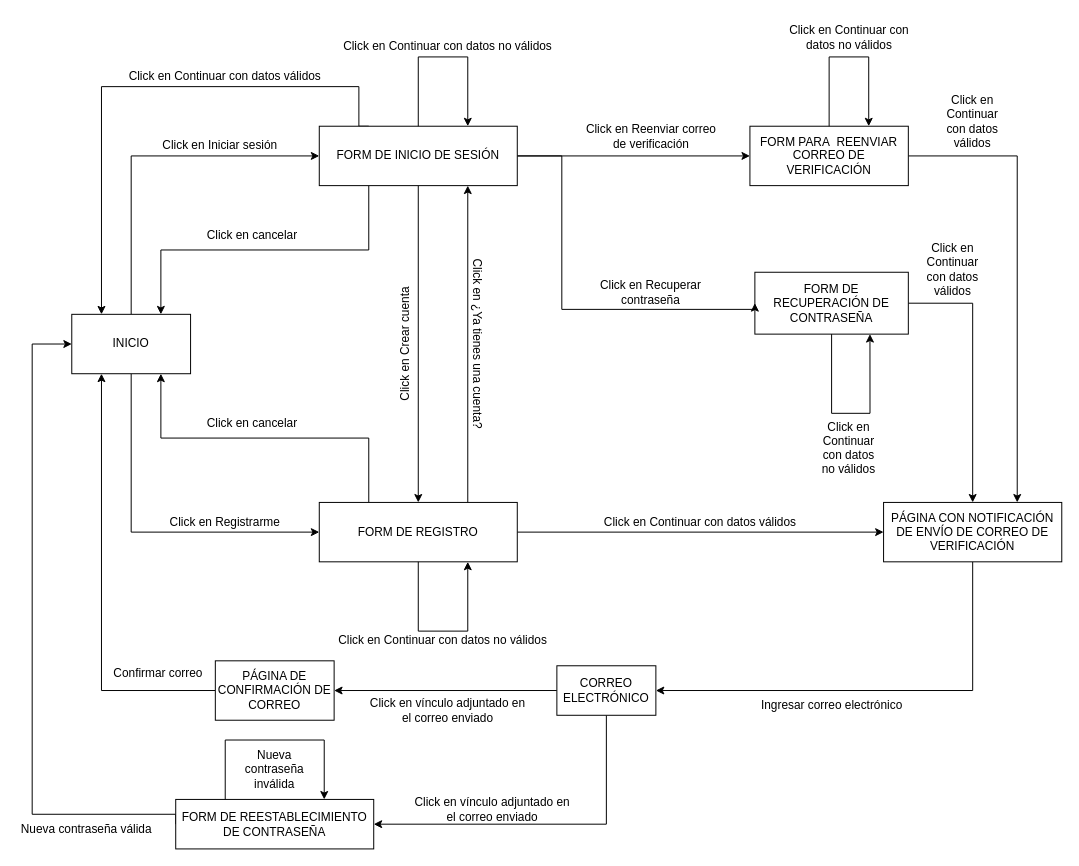
The draw.io diagram Documentacion/Diagramas/Diagrama Registracion.drawio in Pablo-Balaudo/TP-Ing-Web-y-Mobile, before the edit. Source tidied: cells renumbered, new cells numbered last; positions are measured from the earlier drawing's top-left corner, leaving out a move shared by most shapes. Both pictures are drawn from the tidied source at 99%, with x=0, y=0 at pixel (17, 17).
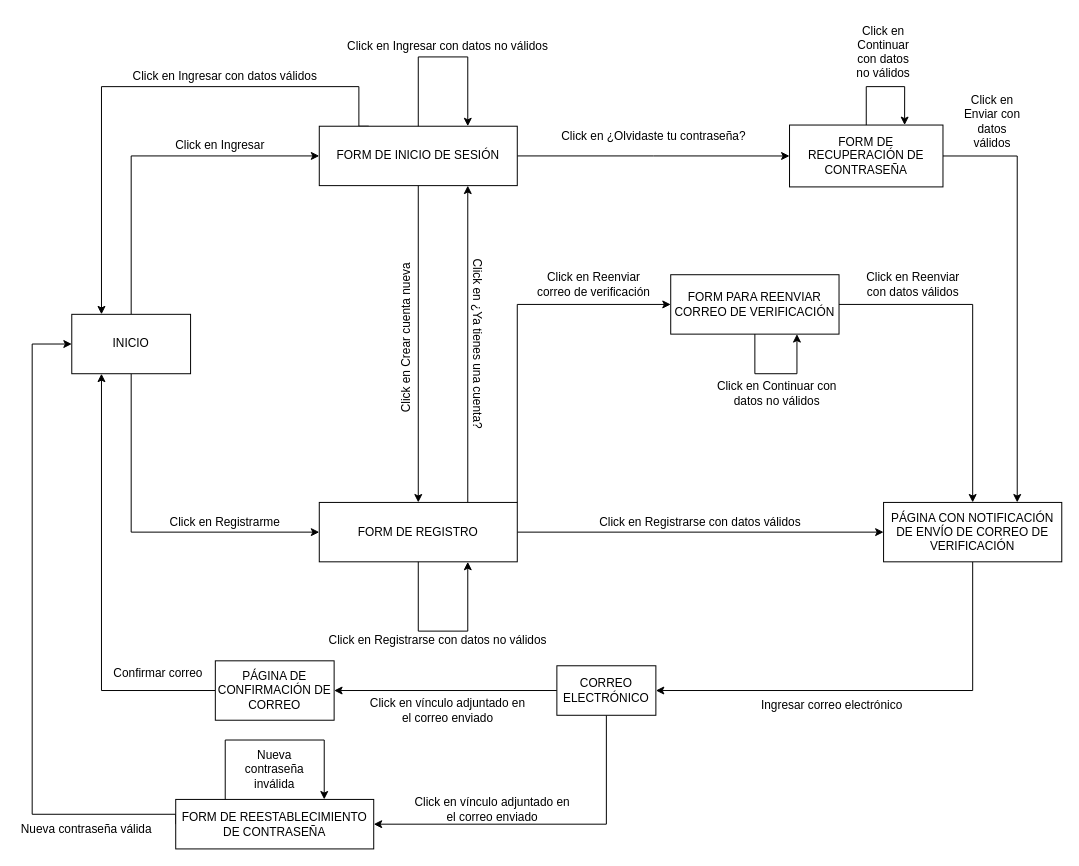
The same diagram, later.

The change refers to these unchanged cells:
```xml
<mxCell id="10" value="PÁGINA CON NOTIFICACIÓN DE ENVÍO DE CORREO DE VERIFICACIÓN" style="rounded=0;whiteSpace=wrap;html=1;" parent="1" vertex="1">
  <mxGeometry x="875" y="490" width="180" height="60" as="geometry" />
</mxCell>
<mxCell id="16" value="FORM DE REGISTRO" style="rounded=0;whiteSpace=wrap;html=1;" parent="1" vertex="1">
  <mxGeometry x="305" y="490" width="200" height="60" as="geometry" />
</mxCell>
<mxCell id="24" value="FORM DE INICIO DE SESIÓN" style="rounded=0;whiteSpace=wrap;html=1;" parent="1" vertex="1">
  <mxGeometry x="305" y="110" width="200" height="60" as="geometry" />
</mxCell>
<mxCell id="27" value="&lt;div&gt;INICIO&lt;/div&gt;" style="rounded=0;whiteSpace=wrap;html=1;" parent="1" vertex="1">
  <mxGeometry x="55" y="300" width="120" height="60" as="geometry" />
</mxCell>
```

Diff of the diagram source:
```diff
@@
-    <mxCell id="11" style="edgeStyle=orthogonalEdgeStyle;rounded=0;jettySize=auto;html=1;exitX=1;exitY=0.5;exitDx=0;exitDy=0;entryX=0.75;entryY=0;entryDx=0;entryDy=0;" parent="1" edge="1" source="12" target="10">
-      <mxGeometry relative="1" as="geometry" />
-    </mxCell>
-    <mxCell id="12" value="FORM PARA&amp;nbsp; REENVIAR CORREO DE VERIFICACIÓN" style="rounded=0;whiteSpace=wrap;html=1;" parent="1" vertex="1">
-      <mxGeometry x="740" y="110" width="160" height="60" as="geometry" />
-    </mxCell>
-    <mxCell id="13" style="edgeStyle=orthogonalEdgeStyle;rounded=0;jettySize=auto;html=1;exitX=0.25;exitY=0;exitDx=0;exitDy=0;entryX=0.75;entryY=1;entryDx=0;entryDy=0;" parent="1" edge="1" source="16" target="27">
-      <mxGeometry relative="1" as="geometry" />
-    </mxCell>
@@
+    <mxCell id="55" style="edgeStyle=orthogonalEdgeStyle;rounded=0;jettySize=auto;html=1;exitX=1;exitY=0;exitDx=0;exitDy=0;entryX=0;entryY=0.5;entryDx=0;entryDy=0;" parent="1" edge="1" source="16" target="12">
+      <mxGeometry relative="1" as="geometry" />
+    </mxCell>
@@
-    <mxCell id="17" style="edgeStyle=orthogonalEdgeStyle;rounded=0;jettySize=auto;html=1;exitX=1;exitY=0.5;exitDx=0;exitDy=0;entryX=0.5;entryY=0;entryDx=0;entryDy=0;" parent="1" edge="1" source="18" target="10">
+    <mxCell id="17" style="edgeStyle=orthogonalEdgeStyle;rounded=0;jettySize=auto;html=1;exitX=1;exitY=0.5;exitDx=0;exitDy=0;entryX=0.75;entryY=0;entryDx=0;entryDy=0;" parent="1" edge="1" source="18" target="10">
       <mxGeometry relative="1" as="geometry" />
     </mxCell>
     <mxCell id="18" value="FORM DE RECUPERACIÓN DE CONTRASEÑA" style="rounded=0;whiteSpace=wrap;html=1;" parent="1" vertex="1">
-      <mxGeometry x="745" y="257.5" width="155" height="62.5" as="geometry" />
+      <mxGeometry x="780" y="108.8" width="155" height="62.5" as="geometry" />
     </mxCell>
-    <mxCell id="19" style="edgeStyle=orthogonalEdgeStyle;rounded=0;jettySize=auto;html=1;exitX=0.25;exitY=1;exitDx=0;exitDy=0;entryX=0.75;entryY=0;entryDx=0;entryDy=0;" parent="1" edge="1" source="24" target="27">
-      <mxGeometry relative="1" as="geometry" />
-    </mxCell>
@@
-    <mxCell id="21" style="edgeStyle=orthogonalEdgeStyle;rounded=0;jettySize=auto;html=1;exitX=1;exitY=0.5;exitDx=0;exitDy=0;entryX=0;entryY=0.5;entryDx=0;entryDy=0;" parent="1" edge="1" source="24" target="12">
-      <mxGeometry relative="1" as="geometry" />
-    </mxCell>
+    <mxCell id="23" style="edgeStyle=orthogonalEdgeStyle;rounded=0;jettySize=auto;html=1;exitX=0.5;exitY=1;exitDx=0;exitDy=0;entryX=0.5;entryY=0;entryDx=0;entryDy=0;" parent="1" edge="1" source="24" target="16">
+      <mxGeometry relative="1" as="geometry" />
+    </mxCell>
     <mxCell id="22" style="edgeStyle=orthogonalEdgeStyle;rounded=0;jettySize=auto;html=1;exitX=1;exitY=0.5;exitDx=0;exitDy=0;entryX=0;entryY=0.5;entryDx=0;entryDy=0;" parent="1" edge="1" source="24" target="18">
-      <mxGeometry relative="1" as="geometry">
-        <Array as="points">
-          <mxPoint x="550" y="140" />
-          <mxPoint x="550" y="295" />
-        </Array>
-      </mxGeometry>
+      <mxGeometry relative="1" as="geometry" />
     </mxCell>
-    <mxCell id="23" style="edgeStyle=orthogonalEdgeStyle;rounded=0;jettySize=auto;html=1;exitX=0.5;exitY=1;exitDx=0;exitDy=0;entryX=0.5;entryY=0;entryDx=0;entryDy=0;" parent="1" edge="1" source="24" target="16">
-      <mxGeometry relative="1" as="geometry" />
-    </mxCell>
@@
-    <mxCell id="30" value="Click en Continuar con datos válidos" style="text;html=1;strokeColor=none;fillColor=none;align=center;verticalAlign=middle;whiteSpace=wrap;rounded=0;" parent="1" vertex="1">
+    <mxCell id="30" value="Click en Ingresar con datos válidos" style="text;html=1;strokeColor=none;fillColor=none;align=center;verticalAlign=middle;whiteSpace=wrap;rounded=0;" parent="1" vertex="1">
       <mxGeometry x="100" y="50" width="220" height="20" as="geometry" />
     </mxCell>
-    <mxCell id="31" value="Click en Iniciar sesión" style="text;html=1;strokeColor=none;fillColor=none;align=center;verticalAlign=middle;whiteSpace=wrap;rounded=0;" parent="1" vertex="1">
+    <mxCell id="31" value="Click en Ingresar" style="text;html=1;strokeColor=none;fillColor=none;align=center;verticalAlign=middle;whiteSpace=wrap;rounded=0;" parent="1" vertex="1">
       <mxGeometry x="140" y="120" width="130" height="20" as="geometry" />
     </mxCell>
-    <mxCell id="32" value="Click en cancelar" style="text;html=1;strokeColor=none;fillColor=none;align=center;verticalAlign=middle;whiteSpace=wrap;rounded=0;" parent="1" vertex="1">
-      <mxGeometry x="185" y="210" width="105" height="20" as="geometry" />
-    </mxCell>
-    <mxCell id="33" value="Click en cancelar" style="text;html=1;strokeColor=none;fillColor=none;align=center;verticalAlign=middle;whiteSpace=wrap;rounded=0;" parent="1" vertex="1">
-      <mxGeometry x="185" y="400" width="105" height="20" as="geometry" />
-    </mxCell>
-    <mxCell id="34" value="Click en Continuar con datos no válidos" style="text;html=1;strokeColor=none;fillColor=none;align=center;verticalAlign=middle;whiteSpace=wrap;rounded=0;" parent="1" vertex="1">
+    <mxCell id="34" value="Click en Ingresar con datos no válidos" style="text;html=1;strokeColor=none;fillColor=none;align=center;verticalAlign=middle;whiteSpace=wrap;rounded=0;" parent="1" vertex="1">
       <mxGeometry x="325" y="20" width="220" height="20" as="geometry" />
     </mxCell>
-    <mxCell id="35" value="Click en Continuar con datos no válidos" style="text;html=1;strokeColor=none;fillColor=none;align=center;verticalAlign=middle;whiteSpace=wrap;rounded=0;" parent="1" vertex="1">
-      <mxGeometry x="320" y="620" width="220" height="20" as="geometry" />
+    <mxCell id="35" value="Click en Registrarse con datos no válidos" style="text;html=1;strokeColor=none;fillColor=none;align=center;verticalAlign=middle;whiteSpace=wrap;rounded=0;" parent="1" vertex="1">
+      <mxGeometry x="300" y="620" width="250" height="20" as="geometry" />
     </mxCell>
@@
     <mxCell id="37" value="Click en Reenviar correo de verificación" style="text;html=1;strokeColor=none;fillColor=none;align=center;verticalAlign=middle;whiteSpace=wrap;rounded=0;" parent="1" vertex="1">
-      <mxGeometry x="572.5" y="110" width="135" height="20" as="geometry" />
+      <mxGeometry x="520" y="260" width="125" height="20" as="geometry" />
     </mxCell>
-    <mxCell id="38" value="Click en Recuperar contraseña" style="text;html=1;strokeColor=none;fillColor=none;align=center;verticalAlign=middle;whiteSpace=wrap;rounded=0;" parent="1" vertex="1">
-      <mxGeometry x="580" y="267.5" width="120" height="20" as="geometry" />
+    <mxCell id="38" value="Click en ¿Olvidaste tu contraseña?" style="text;html=1;strokeColor=none;fillColor=none;align=center;verticalAlign=middle;whiteSpace=wrap;rounded=0;" parent="1" vertex="1">
+      <mxGeometry x="537.5" y="110" width="210" height="20" as="geometry" />
     </mxCell>
-    <mxCell id="39" value="Click en Crear cuenta" style="text;html=1;strokeColor=none;fillColor=none;align=center;verticalAlign=middle;whiteSpace=wrap;rounded=0;rotation=-90;" parent="1" vertex="1">
-      <mxGeometry x="330" y="320" width="125" height="20" as="geometry" />
+    <mxCell id="39" value="Click en Crear cuenta nueva" style="text;html=1;strokeColor=none;fillColor=none;align=center;verticalAlign=middle;whiteSpace=wrap;rounded=0;rotation=-90;" parent="1" vertex="1">
+      <mxGeometry x="301.2" y="313.8" width="182.5" height="20" as="geometry" />
     </mxCell>
@@
-    <mxCell id="41" value="Click en Continuar con datos válidos" style="text;html=1;strokeColor=none;fillColor=none;align=center;verticalAlign=middle;whiteSpace=wrap;rounded=0;" parent="1" vertex="1">
+    <mxCell id="41" value="Click en Registrarse con datos válidos" style="text;html=1;strokeColor=none;fillColor=none;align=center;verticalAlign=middle;whiteSpace=wrap;rounded=0;" parent="1" vertex="1">
       <mxGeometry x="580" y="500" width="220" height="20" as="geometry" />
     </mxCell>
-    <mxCell id="42" value="Click en Continuar con datos válidos" style="text;html=1;strokeColor=none;fillColor=none;align=center;verticalAlign=middle;whiteSpace=wrap;rounded=0;" parent="1" vertex="1">
-      <mxGeometry x="910" y="230" width="70" height="50" as="geometry" />
+    <mxCell id="42" value="Click en Enviar con datos válidos" style="text;html=1;strokeColor=none;fillColor=none;align=center;verticalAlign=middle;whiteSpace=wrap;rounded=0;" parent="1" vertex="1">
+      <mxGeometry x="950" y="80" width="70" height="50" as="geometry" />
     </mxCell>
-    <mxCell id="43" value="Click en Continuar con datos válidos" style="text;html=1;strokeColor=none;fillColor=none;align=center;verticalAlign=middle;whiteSpace=wrap;rounded=0;" parent="1" vertex="1">
-      <mxGeometry x="930" y="80" width="70" height="50" as="geometry" />
+    <mxCell id="43" value="Click en Reenviar con datos válidos" style="text;html=1;strokeColor=none;fillColor=none;align=center;verticalAlign=middle;whiteSpace=wrap;rounded=0;" parent="1" vertex="1">
+      <mxGeometry x="850" y="245" width="110" height="50" as="geometry" />
     </mxCell>
     <mxCell id="44" value="Click en Continuar con datos no válidos" style="text;html=1;strokeColor=none;fillColor=none;align=center;verticalAlign=middle;whiteSpace=wrap;rounded=0;" parent="1" vertex="1">
-      <mxGeometry x="777.5" width="125" height="40" as="geometry" />
+      <mxGeometry x="705" y="360" width="125" height="40" as="geometry" />
     </mxCell>
-    <mxCell id="45" style="edgeStyle=orthogonalEdgeStyle;rounded=0;orthogonalLoop=1;jettySize=auto;html=1;exitX=0.5;exitY=0;exitDx=0;exitDy=0;entryX=0.75;entryY=0;entryDx=0;entryDy=0;" parent="1" edge="1" source="12" target="12">
-      <mxGeometry relative="1" as="geometry">
-        <Array as="points">
-          <mxPoint x="820" y="40" />
-          <mxPoint x="860" y="40" />
-        </Array>
-      </mxGeometry>
-    </mxCell>
     <mxCell id="46" value="Click en Continuar con datos no válidos" style="text;html=1;strokeColor=none;fillColor=none;align=center;verticalAlign=middle;whiteSpace=wrap;rounded=0;" parent="1" vertex="1">
-      <mxGeometry x="805" y="410" width="70" height="50" as="geometry" />
+      <mxGeometry x="840" y="10" width="70" height="50" as="geometry" />
     </mxCell>
-    <mxCell id="47" style="edgeStyle=orthogonalEdgeStyle;rounded=0;orthogonalLoop=1;jettySize=auto;html=1;exitX=0.5;exitY=1;exitDx=0;exitDy=0;entryX=0.75;entryY=1;entryDx=0;entryDy=0;" parent="1" edge="1" source="18" target="18">
-      <mxGeometry relative="1" as="geometry">
-        <Array as="points">
-          <mxPoint x="823" y="400" />
-          <mxPoint x="861" y="400" />
-        </Array>
-      </mxGeometry>
-    </mxCell>
@@
+    <mxCell id="11" style="edgeStyle=orthogonalEdgeStyle;rounded=0;jettySize=auto;html=1;exitX=1;exitY=0.5;exitDx=0;exitDy=0;entryX=0.5;entryY=0;entryDx=0;entryDy=0;" parent="1" edge="1" source="12" target="10">
+      <mxGeometry relative="1" as="geometry" />
+    </mxCell>
+    <mxCell id="12" value="FORM PARA REENVIAR CORREO DE VERIFICACIÓN" style="rounded=0;whiteSpace=wrap;html=1;" parent="1" vertex="1">
+      <mxGeometry x="660" y="260" width="170" height="60" as="geometry" />
+    </mxCell>
+    <mxCell id="47" style="edgeStyle=orthogonalEdgeStyle;rounded=0;orthogonalLoop=1;jettySize=auto;html=1;exitX=0.5;exitY=0;exitDx=0;exitDy=0;entryX=0.75;entryY=0;entryDx=0;entryDy=0;" parent="1" edge="1" source="18" target="18">
+      <mxGeometry relative="1" as="geometry">
+        <Array as="points">
+          <mxPoint x="858" y="70" />
+          <mxPoint x="896" y="70" />
+        </Array>
+      </mxGeometry>
+    </mxCell>
+    <mxCell id="45" style="edgeStyle=orthogonalEdgeStyle;rounded=0;orthogonalLoop=1;jettySize=auto;html=1;exitX=0.5;exitY=1;exitDx=0;exitDy=0;entryX=0.75;entryY=1;entryDx=0;entryDy=0;" parent="1" edge="1" source="12" target="12">
+      <mxGeometry relative="1" as="geometry">
+        <Array as="points">
+          <mxPoint x="745" y="360" />
+          <mxPoint x="788" y="360" />
+        </Array>
+      </mxGeometry>
+    </mxCell>
```
